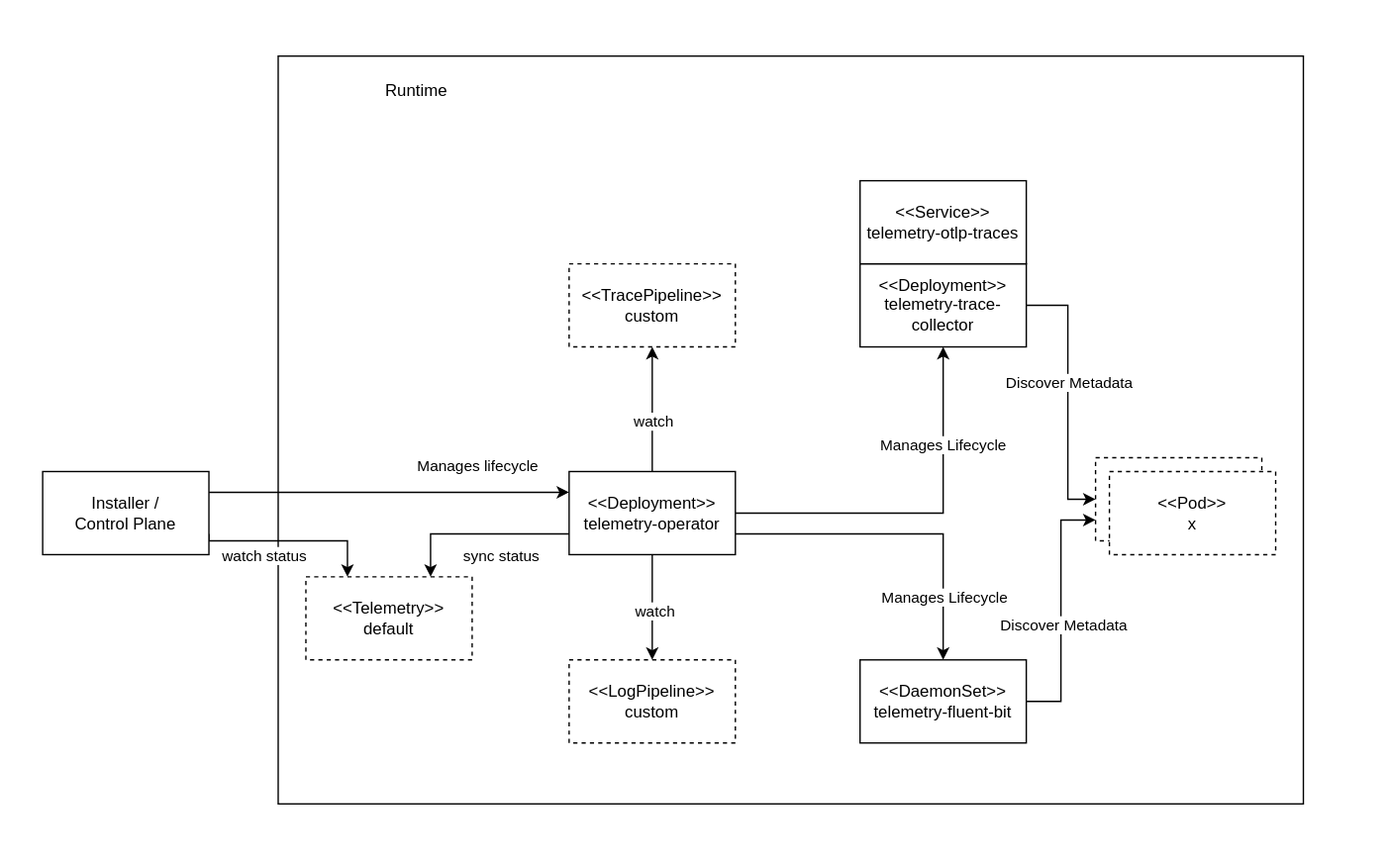
This is docs/user/assets/manager-lifecycle.drawio.svg from kyma-project/telemetry-manager, a draw.io export, as it was before one commit. Source tidied: cells renumbered, new cells last; positions are measured from the earlier drawing's top-left corner, leaving out a move shared by most shapes.
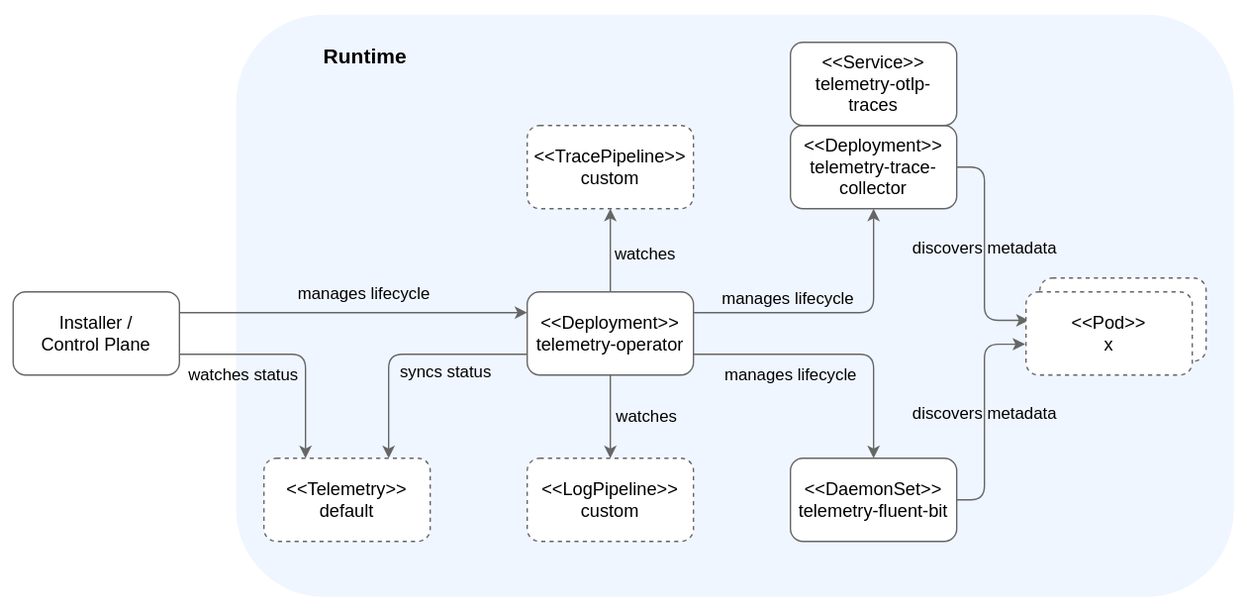
Later version of the same file.

Diff of the diagram source:
```diff
@@ -3,123 +3,125 @@
     <mxCell id="0" />
     <mxCell id="1" parent="0" />
     <mxCell id="2" style="rounded=0;whiteSpace=wrap;html=1;strokeColor=none;" parent="1" vertex="1">
-      <mxGeometry width="1000" height="620" as="geometry" />
+      <mxGeometry x="110" y="-90" width="900" height="440" as="geometry" />
     </mxCell>
-    <mxCell id="3" style="rounded=0;whiteSpace=wrap;html=1;" parent="1" vertex="1">
-      <mxGeometry x="200" y="40" width="740" height="540" as="geometry" />
+    <mxCell id="3" value="&lt;b&gt;&lt;font style=&quot;font-size: 15px;&quot;&gt;Runtime&amp;nbsp; &amp;nbsp; &amp;nbsp; &amp;nbsp; &amp;nbsp; &amp;nbsp; &amp;nbsp; &amp;nbsp; &amp;nbsp; &amp;nbsp; &amp;nbsp; &amp;nbsp; &amp;nbsp; &amp;nbsp; &amp;nbsp; &amp;nbsp; &amp;nbsp; &amp;nbsp; &amp;nbsp; &amp;nbsp; &amp;nbsp; &amp;nbsp; &amp;nbsp; &amp;nbsp; &amp;nbsp; &amp;nbsp; &amp;nbsp; &amp;nbsp; &amp;nbsp; &amp;nbsp; &amp;nbsp; &amp;nbsp; &amp;nbsp; &amp;nbsp; &amp;nbsp; &amp;nbsp; &amp;nbsp; &amp;nbsp; &amp;nbsp; &amp;nbsp; &amp;nbsp; &amp;nbsp; &amp;nbsp; &amp;nbsp; &amp;nbsp; &amp;nbsp; &amp;nbsp; &amp;nbsp; &amp;nbsp; &amp;nbsp; &amp;nbsp; &amp;nbsp; &amp;nbsp; &amp;nbsp; &amp;nbsp; &amp;nbsp; &amp;nbsp; &amp;nbsp; &amp;nbsp; &amp;nbsp; &amp;nbsp; &amp;nbsp; &amp;nbsp; &amp;nbsp;&amp;nbsp;&lt;br&gt;&lt;br&gt;&lt;br&gt;&lt;br&gt;&lt;br&gt;&lt;br&gt;&lt;br&gt;&lt;br&gt;&lt;br&gt;&lt;br&gt;&lt;br&gt;&lt;br&gt;&lt;br&gt;&lt;br&gt;&lt;br&gt;&lt;br&gt;&lt;br&gt;&lt;br&gt;&lt;br&gt;&lt;br&gt;&lt;br&gt;&lt;/font&gt;&lt;/b&gt;" style="rounded=1;whiteSpace=wrap;html=1;strokeColor=none;fillColor=#F0F6FF;" parent="1" vertex="1">
+      <mxGeometry x="280" y="-80" width="720" height="420" as="geometry" />
     </mxCell>
-    <mxCell id="4" style="edgeStyle=orthogonalEdgeStyle;html=1;exitX=1;exitY=0.5;exitDx=0;exitDy=0;entryX=0.5;entryY=1;entryDx=0;entryDy=0;elbow=vertical;rounded=0;" parent="1" edge="1" source="12" target="16">
+    <mxCell id="4" style="edgeStyle=orthogonalEdgeStyle;html=1;exitX=1;exitY=0.25;exitDx=0;exitDy=0;entryX=0.5;entryY=1;entryDx=0;entryDy=0;elbow=vertical;rounded=1;strokeColor=#666666;" parent="1" edge="1" source="12" target="16">
       <mxGeometry relative="1" as="geometry" />
     </mxCell>
-    <mxCell id="5" value="Manages Lifecycle" style="edgeLabel;html=1;align=center;verticalAlign=middle;" parent="4" vertex="1">
+    <mxCell id="5" value="&lt;font style=&quot;font-size: 12px;&quot;&gt;manages lifecycle&lt;/font&gt;" style="edgeLabel;html=1;align=center;verticalAlign=middle;labelBackgroundColor=none;fontSize=12;" parent="4" vertex="1">
       <mxGeometry x="0.07" y="4" relative="1" as="geometry">
-        <mxPoint x="6" y="-46" as="offset" />
+        <mxPoint x="-42" y="-6" as="offset" />
       </mxGeometry>
     </mxCell>
-    <mxCell id="6" style="edgeStyle=orthogonalEdgeStyle;rounded=0;html=1;exitX=1;exitY=0.75;exitDx=0;exitDy=0;entryX=0.5;entryY=0;entryDx=0;entryDy=0;elbow=vertical;" parent="1" edge="1" source="12" target="22">
+    <mxCell id="6" style="edgeStyle=orthogonalEdgeStyle;rounded=1;html=1;exitX=1;exitY=0.75;exitDx=0;exitDy=0;entryX=0.5;entryY=0;entryDx=0;entryDy=0;elbow=vertical;strokeColor=#666666;" parent="1" edge="1" source="12" target="22">
       <mxGeometry relative="1" as="geometry" />
     </mxCell>
-    <mxCell id="7" value="Manages Lifecycle" style="edgeLabel;html=1;align=center;verticalAlign=middle;" parent="6" vertex="1">
+    <mxCell id="7" value="manages lifecycle" style="edgeLabel;html=1;align=center;verticalAlign=middle;fontSize=12;labelBackgroundColor=none;" parent="6" vertex="1">
       <mxGeometry x="0.46" y="2" relative="1" as="geometry">
-        <mxPoint x="-2" y="19" as="offset" />
+        <mxPoint x="-62" y="-5" as="offset" />
       </mxGeometry>
     </mxCell>
-    <mxCell id="8" style="edgeStyle=orthogonalEdgeStyle;rounded=0;html=1;exitX=0.5;exitY=0;exitDx=0;exitDy=0;entryX=0.5;entryY=1;entryDx=0;entryDy=0;elbow=vertical;" parent="1" edge="1" source="12" target="23">
+    <mxCell id="8" style="edgeStyle=orthogonalEdgeStyle;rounded=1;html=1;exitX=0.5;exitY=0;exitDx=0;exitDy=0;entryX=0.5;entryY=1;entryDx=0;entryDy=0;elbow=vertical;strokeColor=#666666;" parent="1" edge="1" source="12" target="23">
       <mxGeometry relative="1" as="geometry" />
     </mxCell>
-    <mxCell id="9" value="watch" style="edgeLabel;html=1;align=center;verticalAlign=middle;" parent="8" vertex="1">
-      <mxGeometry x="-0.19" relative="1" as="geometry" />
+    <mxCell id="9" value="watches" style="edgeLabel;html=1;align=center;verticalAlign=middle;labelBackgroundColor=none;fontSize=12;" parent="8" vertex="1">
+      <mxGeometry x="-0.19" relative="1" as="geometry">
+        <mxPoint x="25" y="-3" as="offset" />
+      </mxGeometry>
     </mxCell>
-    <mxCell id="10" style="edgeStyle=orthogonalEdgeStyle;rounded=0;html=1;exitX=0.5;exitY=1;exitDx=0;exitDy=0;entryX=0.5;entryY=0;entryDx=0;entryDy=0;elbow=vertical;" parent="1" edge="1" source="12" target="25">
+    <mxCell id="10" style="edgeStyle=orthogonalEdgeStyle;rounded=1;html=1;exitX=0.5;exitY=1;exitDx=0;exitDy=0;entryX=0.5;entryY=0;entryDx=0;entryDy=0;elbow=vertical;strokeColor=#666666;" parent="1" edge="1" source="12" target="25">
       <mxGeometry relative="1" as="geometry" />
     </mxCell>
-    <mxCell id="11" value="watch" style="edgeLabel;html=1;align=center;verticalAlign=middle;" parent="10" vertex="1">
-      <mxGeometry x="0.04" y="1" relative="1" as="geometry" />
+    <mxCell id="11" value="watches" style="edgeLabel;html=1;align=center;verticalAlign=middle;labelBackgroundColor=none;fontSize=12;" parent="10" vertex="1">
+      <mxGeometry x="0.04" y="1" relative="1" as="geometry">
+        <mxPoint x="25" y="-1" as="offset" />
+      </mxGeometry>
     </mxCell>
-    <mxCell id="12" value="&amp;lt;&amp;lt;Deployment&amp;gt;&amp;gt;&lt;br&gt;telemetry-operator" style="rounded=0;whiteSpace=wrap;html=1;" parent="1" vertex="1">
-      <mxGeometry x="410" y="340" width="120" height="60" as="geometry" />
+    <mxCell id="12" value="&amp;lt;&amp;lt;Deployment&amp;gt;&amp;gt;&lt;br style=&quot;font-size: 13px;&quot;&gt;telemetry-operator" style="rounded=1;whiteSpace=wrap;html=1;strokeColor=#666666;fontSize=13;" parent="1" vertex="1">
+      <mxGeometry x="490" y="120" width="120" height="60" as="geometry" />
     </mxCell>
-    <mxCell id="13" value="&amp;lt;&amp;lt;Pod&amp;gt;&amp;gt;&lt;br&gt;all" style="rounded=0;whiteSpace=wrap;html=1;dashed=1;" parent="1" vertex="1">
-      <mxGeometry x="790" y="330" width="120" height="60" as="geometry" />
+    <mxCell id="13" value="&amp;lt;&amp;lt;Pod&amp;gt;&amp;gt;&lt;br&gt;all" style="rounded=1;whiteSpace=wrap;html=1;dashed=1;strokeColor=#666666;" parent="1" vertex="1">
+      <mxGeometry x="860" y="110" width="120" height="60" as="geometry" />
     </mxCell>
-    <mxCell id="14" style="edgeStyle=orthogonalEdgeStyle;rounded=0;html=1;exitX=1;exitY=0.5;exitDx=0;exitDy=0;entryX=0;entryY=0.5;entryDx=0;entryDy=0;elbow=vertical;" parent="1" edge="1" source="16" target="13">
+    <mxCell id="14" style="edgeStyle=orthogonalEdgeStyle;rounded=1;html=1;exitX=1;exitY=0.5;exitDx=0;exitDy=0;entryX=0.016;entryY=0.343;entryDx=0;entryDy=0;elbow=vertical;strokeColor=#666666;entryPerimeter=0;" parent="1" edge="1" source="16" target="24">
       <mxGeometry relative="1" as="geometry">
         <Array as="points">
-          <mxPoint x="770" y="220" />
-          <mxPoint x="770" y="360" />
+          <mxPoint x="820" y="30" />
+          <mxPoint x="820" y="141" />
         </Array>
       </mxGeometry>
     </mxCell>
-    <mxCell id="15" value="Discover Metadata" style="edgeLabel;html=1;align=center;verticalAlign=middle;" parent="14" vertex="1">
-      <mxGeometry x="-0.1" relative="1" as="geometry" />
+    <mxCell id="15" value="discovers metadata" style="edgeLabel;html=1;align=center;verticalAlign=middle;fontSize=12;labelBackgroundColor=none;" parent="14" vertex="1">
+      <mxGeometry x="-0.1" relative="1" as="geometry">
+        <mxPoint y="6" as="offset" />
+      </mxGeometry>
     </mxCell>
-    <mxCell id="16" value="&amp;lt;&amp;lt;Deployment&amp;gt;&amp;gt;&lt;br&gt;telemetry-trace-collector" style="rounded=0;whiteSpace=wrap;html=1;" parent="1" vertex="1">
-      <mxGeometry x="620" y="190" width="120" height="60" as="geometry" />
+    <mxCell id="16" value="&lt;font style=&quot;font-size: 13px;&quot;&gt;&amp;lt;&amp;lt;Deployment&amp;gt;&amp;gt;&lt;br&gt;telemetry-trace-collector&lt;/font&gt;" style="rounded=1;whiteSpace=wrap;html=1;strokeColor=#666666;" parent="1" vertex="1">
+      <mxGeometry x="680" width="120" height="60" as="geometry" />
     </mxCell>
-    <mxCell id="17" style="edgeStyle=orthogonalEdgeStyle;rounded=0;html=1;exitX=1;exitY=0.75;exitDx=0;exitDy=0;entryX=0.25;entryY=0;entryDx=0;entryDy=0;elbow=vertical;" parent="1" edge="1" source="19" target="28">
+    <mxCell id="17" style="edgeStyle=orthogonalEdgeStyle;rounded=1;html=1;exitX=1;exitY=0.75;exitDx=0;exitDy=0;entryX=0.25;entryY=0;entryDx=0;entryDy=0;elbow=vertical;strokeColor=#666666;" parent="1" edge="1" source="19" target="28">
       <mxGeometry relative="1" as="geometry">
         <Array as="points">
-          <mxPoint x="240" y="390" />
-          <mxPoint x="300" y="390" />
+          <mxPoint x="330" y="165" />
         </Array>
       </mxGeometry>
     </mxCell>
-    <mxCell id="18" value="watch status" style="edgeLabel;html=1;align=center;verticalAlign=middle;" parent="17" vertex="1">
+    <mxCell id="18" value="&lt;font style=&quot;font-size: 12px;&quot;&gt;watches status&lt;/font&gt;" style="edgeLabel;html=1;align=center;verticalAlign=middle;labelBackgroundColor=none;" parent="17" vertex="1">
       <mxGeometry x="0.52" y="-1" relative="1" as="geometry">
-        <mxPoint x="-54" y="9" as="offset" />
+        <mxPoint x="-44" y="-20" as="offset" />
       </mxGeometry>
     </mxCell>
-    <mxCell id="19" value="Installer /&lt;br&gt;Control Plane" style="rounded=0;whiteSpace=wrap;html=1;" parent="1" vertex="1">
-      <mxGeometry x="30" y="340" width="120" height="60" as="geometry" />
+    <mxCell id="19" value="Installer /&lt;br style=&quot;font-size: 13px;&quot;&gt;Control Plane" style="rounded=1;whiteSpace=wrap;html=1;strokeColor=#666666;fontSize=13;" parent="1" vertex="1">
+      <mxGeometry x="119" y="120" width="120" height="60" as="geometry" />
     </mxCell>
-    <mxCell id="20" style="edgeStyle=orthogonalEdgeStyle;rounded=0;html=1;exitX=1;exitY=0.5;exitDx=0;exitDy=0;entryX=0;entryY=0.75;entryDx=0;entryDy=0;elbow=vertical;" parent="1" edge="1" source="22" target="13">
-      <mxGeometry relative="1" as="geometry" />
+    <mxCell id="20" style="edgeStyle=orthogonalEdgeStyle;rounded=1;html=1;exitX=1;exitY=0.5;exitDx=0;exitDy=0;entryX=-0.005;entryY=0.63;entryDx=0;entryDy=0;elbow=vertical;strokeColor=#666666;entryPerimeter=0;" parent="1" edge="1" source="22" target="24">
+      <mxGeometry relative="1" as="geometry">
+        <Array as="points">
+          <mxPoint x="820" y="270" />
+          <mxPoint x="820" y="158" />
+        </Array>
+      </mxGeometry>
     </mxCell>
-    <mxCell id="21" value="Discover Metadata" style="edgeLabel;html=1;align=center;verticalAlign=middle;" parent="20" vertex="1">
+    <mxCell id="21" value="discovers metadata" style="edgeLabel;html=1;align=center;verticalAlign=middle;fontSize=12;labelBackgroundColor=none;" parent="20" vertex="1">
       <mxGeometry x="0.2" y="-1" relative="1" as="geometry">
-        <mxPoint y="28" as="offset" />
+        <mxPoint x="-1" y="15" as="offset" />
       </mxGeometry>
     </mxCell>
-    <mxCell id="22" value="&amp;lt;&amp;lt;DaemonSet&amp;gt;&amp;gt;&lt;br&gt;telemetry-fluent-bit" style="rounded=0;whiteSpace=wrap;html=1;" parent="1" vertex="1">
-      <mxGeometry x="620" y="476" width="120" height="60" as="geometry" />
+    <mxCell id="22" value="&amp;lt;&amp;lt;DaemonSet&amp;gt;&amp;gt;&lt;br style=&quot;font-size: 13px;&quot;&gt;telemetry-fluent-bit" style="rounded=1;whiteSpace=wrap;html=1;strokeColor=#666666;fontSize=13;" parent="1" vertex="1">
+      <mxGeometry x="680" y="240" width="120" height="60" as="geometry" />
     </mxCell>
-    <mxCell id="23" value="&amp;lt;&amp;lt;TracePipeline&amp;gt;&amp;gt;&lt;br&gt;custom" style="rounded=0;whiteSpace=wrap;html=1;dashed=1;" parent="1" vertex="1">
-      <mxGeometry x="410" y="190" width="120" height="60" as="geometry" />
+    <mxCell id="23" value="&amp;lt;&amp;lt;TracePipeline&amp;gt;&amp;gt;&lt;br style=&quot;font-size: 13px;&quot;&gt;custom" style="rounded=1;whiteSpace=wrap;html=1;dashed=1;strokeColor=#666666;fontSize=13;" parent="1" vertex="1">
+      <mxGeometry x="490" width="120" height="60" as="geometry" />
     </mxCell>
-    <mxCell id="24" value="&amp;lt;&amp;lt;Pod&amp;gt;&amp;gt;&lt;br&gt;x" style="rounded=0;whiteSpace=wrap;html=1;dashed=1;" parent="1" vertex="1">
-      <mxGeometry x="800" y="340" width="120" height="60" as="geometry" />
+    <mxCell id="24" value="&lt;font style=&quot;font-size: 13px;&quot;&gt;&amp;lt;&amp;lt;Pod&amp;gt;&amp;gt;&lt;br&gt;x&lt;/font&gt;" style="rounded=1;whiteSpace=wrap;html=1;dashed=1;strokeColor=#666666;" parent="1" vertex="1">
+      <mxGeometry x="850" y="120" width="120" height="60" as="geometry" />
     </mxCell>
-    <mxCell id="25" value="&amp;lt;&amp;lt;LogPipeline&amp;gt;&amp;gt;&lt;br&gt;custom" style="rounded=0;whiteSpace=wrap;html=1;dashed=1;" parent="1" vertex="1">
-      <mxGeometry x="410" y="476" width="120" height="60" as="geometry" />
+    <mxCell id="25" value="&amp;lt;&amp;lt;LogPipeline&amp;gt;&amp;gt;&lt;br style=&quot;font-size: 13px;&quot;&gt;custom" style="rounded=1;whiteSpace=wrap;html=1;dashed=1;strokeColor=#666666;fontSize=13;" parent="1" vertex="1">
+      <mxGeometry x="490" y="240" width="120" height="60" as="geometry" />
     </mxCell>
-    <mxCell id="26" value="&amp;lt;&amp;lt;Service&amp;gt;&amp;gt;&lt;br&gt;telemetry-otlp-traces" style="rounded=0;whiteSpace=wrap;html=1;" parent="1" vertex="1">
-      <mxGeometry x="620" y="130" width="120" height="60" as="geometry" />
+    <mxCell id="26" value="&amp;lt;&amp;lt;Service&amp;gt;&amp;gt;&lt;br style=&quot;font-size: 13px;&quot;&gt;telemetry-otlp-traces" style="rounded=1;whiteSpace=wrap;html=1;strokeColor=#666666;fontSize=13;" parent="1" vertex="1">
+      <mxGeometry x="680" y="-60" width="120" height="60" as="geometry" />
     </mxCell>
-    <mxCell id="27" value="Runtime" style="text;html=1;strokeColor=none;fillColor=none;align=center;verticalAlign=middle;whiteSpace=wrap;rounded=0;" parent="1" vertex="1">
-      <mxGeometry x="270" y="50" width="60" height="30" as="geometry" />
-    </mxCell>
-    <mxCell id="28" value="&amp;lt;&amp;lt;Telemetry&amp;gt;&amp;gt;&lt;br&gt;default" style="rounded=0;whiteSpace=wrap;html=1;dashed=1;" parent="1" vertex="1">
-      <mxGeometry x="220" y="416" width="120" height="60" as="geometry" />
+    <mxCell id="28" value="&amp;lt;&amp;lt;Telemetry&amp;gt;&amp;gt;&lt;br style=&quot;font-size: 13px;&quot;&gt;default" style="rounded=1;whiteSpace=wrap;html=1;dashed=1;strokeColor=#666666;fontSize=13;" parent="1" vertex="1">
+      <mxGeometry x="300" y="240" width="120" height="60" as="geometry" />
     </mxCell>
-    <mxCell id="29" style="edgeStyle=orthogonalEdgeStyle;rounded=0;html=1;exitX=0;exitY=0.75;exitDx=0;exitDy=0;entryX=0.75;entryY=0;entryDx=0;entryDy=0;elbow=vertical;" parent="1" edge="1" source="12" target="28">
+    <mxCell id="29" style="edgeStyle=orthogonalEdgeStyle;rounded=1;html=1;exitX=0;exitY=0.75;exitDx=0;exitDy=0;entryX=0.75;entryY=0;entryDx=0;entryDy=0;elbow=vertical;strokeColor=#666666;" parent="1" edge="1" source="12" target="28">
       <mxGeometry relative="1" as="geometry" />
     </mxCell>
-    <mxCell id="30" value="sync status" style="edgeLabel;html=1;align=center;verticalAlign=middle;" parent="29" vertex="1">
+    <mxCell id="30" value="syncs status" style="edgeLabel;html=1;align=center;verticalAlign=middle;labelBackgroundColor=none;fontSize=12;" parent="29" vertex="1">
       <mxGeometry x="0.04" y="1" relative="1" as="geometry">
-        <mxPoint x="18" y="14" as="offset" />
+        <mxPoint x="31" y="12" as="offset" />
       </mxGeometry>
     </mxCell>
-    <mxCell id="31" style="edgeStyle=orthogonalEdgeStyle;rounded=0;html=1;entryX=0;entryY=0.25;entryDx=0;entryDy=0;elbow=vertical;exitX=1;exitY=0.25;exitDx=0;exitDy=0;" parent="1" edge="1" source="19" target="12">
-      <mxGeometry relative="1" as="geometry">
-        <Array as="points">
-          <mxPoint x="320" y="355" />
-          <mxPoint x="320" y="355" />
-        </Array>
-      </mxGeometry>
+    <mxCell id="31" style="edgeStyle=orthogonalEdgeStyle;rounded=1;html=1;entryX=0;entryY=0.25;entryDx=0;entryDy=0;elbow=vertical;exitX=1;exitY=0.25;exitDx=0;exitDy=0;strokeColor=#666666;" parent="1" edge="1" source="19" target="12">
+      <mxGeometry relative="1" as="geometry" />
     </mxCell>
-    <mxCell id="32" value="Manages lifecycle" style="edgeLabel;html=1;align=center;verticalAlign=middle;" parent="31" vertex="1">
+    <mxCell id="32" value="&lt;font style=&quot;font-size: 12px;&quot;&gt;manages lifecycle&lt;/font&gt;" style="edgeLabel;html=1;align=center;verticalAlign=middle;labelBackgroundColor=none;" parent="31" vertex="1">
       <mxGeometry x="0.52" y="-1" relative="1" as="geometry">
-        <mxPoint x="-4" y="-21" as="offset" />
+        <mxPoint x="-57" y="-14" as="offset" />
       </mxGeometry>
     </mxCell>
   </root>
```
